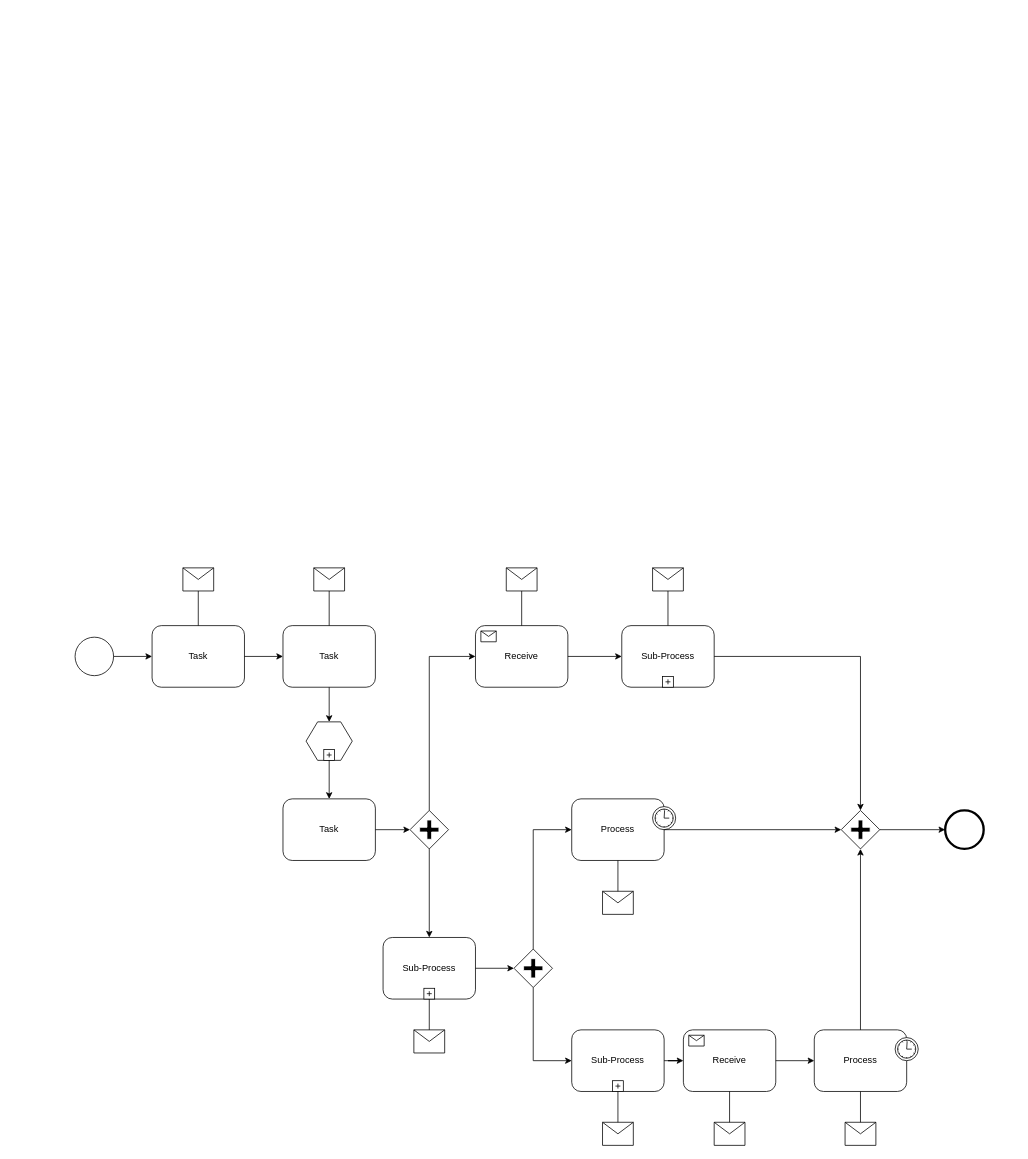
The draw.io diagram ePA.drawio in Fa8io/Sequenzdiagramm, before the edit. Source tidied: cells renumbered, new cells numbered last; positions are measured from the earlier drawing's top-left corner, leaving out a move shared by most shapes. Both pictures are drawn from the tidied source at 77%, with x=0, y=0 at pixel (75, 567).
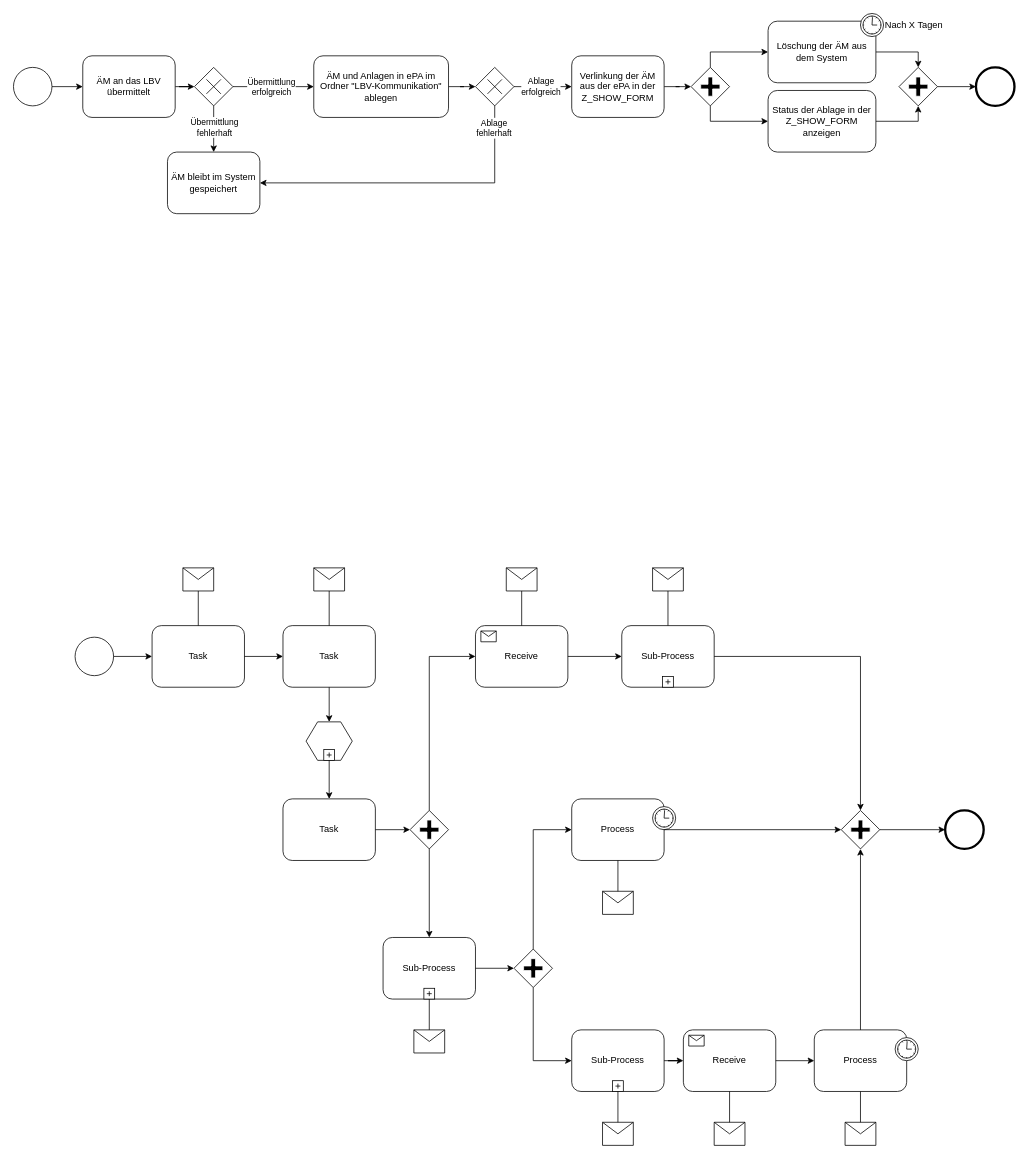
After the change.

What changed in the source:
```diff
@@
+    <mxCell id="61" style="edgeStyle=orthogonalEdgeStyle;rounded=0;jettySize=auto;html=1;" parent="1" edge="1" source="62" target="64">
+      <mxGeometry relative="1" as="geometry" />
+    </mxCell>
+    <mxCell id="62" style="shape=mxgraph.bpmn.shape;html=1;verticalLabelPosition=bottom;labelBackgroundColor=#ffffff;verticalAlign=top;perimeter=ellipsePerimeter;outline=standard;symbol=general;" parent="1" vertex="1">
+      <mxGeometry x="-80" y="-650" width="50" height="50" as="geometry" />
+    </mxCell>
+    <mxCell id="63" style="edgeStyle=orthogonalEdgeStyle;rounded=0;jettySize=auto;html=1;" parent="1" edge="1" source="64" target="75">
+      <mxGeometry relative="1" as="geometry" />
+    </mxCell>
+    <mxCell id="64" value="ÄM an das LBV übermittelt" style="shape=ext;rounded=1;html=1;whiteSpace=wrap;" parent="1" vertex="1">
+      <mxGeometry x="10" y="-665" width="120" height="80" as="geometry" />
+    </mxCell>
+    <mxCell id="65" style="edgeStyle=orthogonalEdgeStyle;rounded=0;orthogonalLoop=1;jettySize=auto;html=1;" parent="1" edge="1">
+      <mxGeometry relative="1" as="geometry">
+        <mxPoint x="180" y="-600" as="sourcePoint" />
+        <mxPoint x="180" y="-540" as="targetPoint" />
+      </mxGeometry>
+    </mxCell>
+    <mxCell id="66" value="Übermittlung&lt;div&gt;fehlerhaft&lt;/div&gt;" style="edgeLabel;html=1;align=center;verticalAlign=middle;" parent="65" vertex="1">
+      <mxGeometry x="-0.11" relative="1" as="geometry" />
+    </mxCell>
+    <mxCell id="67" style="edgeStyle=orthogonalEdgeStyle;rounded=0;jettySize=auto;html=1;entryX=0;entryY=0.5;entryDx=0;entryDy=0;" parent="1" edge="1" source="68" target="78">
+      <mxGeometry relative="1" as="geometry" />
+    </mxCell>
+    <mxCell id="68" value="ÄM und Anlagen in ePA im Ordner &quot;LBV-Kommunikation&quot; ablegen" style="shape=ext;rounded=1;html=1;whiteSpace=wrap;" parent="1" vertex="1">
+      <mxGeometry x="310" y="-665" width="175" height="80" as="geometry" />
+    </mxCell>
+    <mxCell id="69" style="edgeStyle=orthogonalEdgeStyle;rounded=0;jettySize=auto;html=1;entryX=0;entryY=0.5;entryDx=0;entryDy=0;" parent="1" edge="1" source="70" target="88">
+      <mxGeometry relative="1" as="geometry" />
+    </mxCell>
+    <mxCell id="70" value="Verlinkung der ÄM aus der ePA in der Z_SHOW_FORM" style="shape=ext;rounded=1;html=1;whiteSpace=wrap;" parent="1" vertex="1">
+      <mxGeometry x="645" y="-665" width="120" height="80" as="geometry" />
+    </mxCell>
+    <mxCell id="71" value="ÄM bleibt im System gespeichert" style="shape=ext;rounded=1;html=1;whiteSpace=wrap;" parent="1" vertex="1">
+      <mxGeometry x="120" y="-540" width="120" height="80" as="geometry" />
+    </mxCell>
+    <mxCell id="72" style="edgeStyle=orthogonalEdgeStyle;rounded=0;jettySize=auto;html=1;entryX=0.5;entryY=1;entryDx=0;entryDy=0;" parent="1" edge="1" source="73" target="92">
+      <mxGeometry relative="1" as="geometry" />
+    </mxCell>
+    <mxCell id="73" value="Status der Ablage in der Z_SHOW_FORM anzeigen" style="shape=ext;rounded=1;html=1;whiteSpace=wrap;" parent="1" vertex="1">
+      <mxGeometry x="900" y="-620" width="140" height="80" as="geometry" />
+    </mxCell>
+    <mxCell id="74" style="group;" parent="1" vertex="1">
+      <mxGeometry x="155" y="-650" width="50" height="50" as="geometry" />
+    </mxCell>
+    <mxCell id="75" style="rhombus;whiteSpace=wrap;html=1;" parent="74" vertex="1">
+      <mxGeometry width="50" height="50" as="geometry" />
+    </mxCell>
+    <mxCell id="76" style="shape=mxgraph.sysml.x;" parent="74" vertex="1">
+      <mxGeometry x="15.6" y="15.6" width="18.8" height="18.8" as="geometry" />
+    </mxCell>
+    <mxCell id="77" style="group;" parent="1" vertex="1">
+      <mxGeometry x="520" y="-650" width="50" height="50" as="geometry" />
+    </mxCell>
+    <mxCell id="78" style="rhombus;whiteSpace=wrap;html=1;" parent="77" vertex="1">
+      <mxGeometry width="50" height="50" as="geometry" />
+    </mxCell>
+    <mxCell id="79" style="shape=mxgraph.sysml.x;" parent="77" vertex="1">
+      <mxGeometry x="15.6" y="15.6" width="18.8" height="18.8" as="geometry" />
+    </mxCell>
+    <mxCell id="80" style="edgeStyle=orthogonalEdgeStyle;rounded=0;jettySize=auto;html=1;entryX=0.5;entryY=0;entryDx=0;entryDy=0;" parent="1" edge="1" source="81" target="92">
+      <mxGeometry relative="1" as="geometry" />
+    </mxCell>
+    <mxCell id="81" value="Löschung der ÄM aus dem System" style="shape=ext;rounded=1;html=1;whiteSpace=wrap;" parent="1" vertex="1">
+      <mxGeometry x="900" y="-710" width="140" height="80" as="geometry" />
+    </mxCell>
+    <mxCell id="82" style="edgeStyle=orthogonalEdgeStyle;rounded=0;jettySize=auto;html=1;entryX=0;entryY=0.5;entryDx=0;entryDy=0;" parent="1" edge="1" source="75" target="68">
+      <mxGeometry relative="1" as="geometry" />
+    </mxCell>
+    <mxCell id="83" value="Übermittlung&lt;div&gt;erfolgreich&lt;/div&gt;" style="edgeLabel;html=1;align=center;verticalAlign=middle;" parent="82" vertex="1">
+      <mxGeometry x="-0.07" relative="1" as="geometry" />
+    </mxCell>
+    <mxCell id="84" style="edgeStyle=orthogonalEdgeStyle;rounded=0;jettySize=auto;html=1;entryX=0;entryY=0.5;entryDx=0;entryDy=0;" parent="1" edge="1" source="78" target="70">
+      <mxGeometry relative="1" as="geometry" />
+    </mxCell>
+    <mxCell id="85" value="Ablage&lt;div&gt;erfolgreich&lt;/div&gt;" style="edgeLabel;html=1;align=center;verticalAlign=middle;" parent="84" vertex="1">
+      <mxGeometry x="-0.09" y="1" relative="1" as="geometry" />
+    </mxCell>
+    <mxCell id="86" style="edgeStyle=orthogonalEdgeStyle;rounded=0;jettySize=auto;html=1;entryX=0;entryY=0.5;entryDx=0;entryDy=0;" parent="1" edge="1" source="88" target="81">
+      <mxGeometry relative="1" as="geometry">
+        <Array as="points">
+          <mxPoint x="825" y="-670" />
+        </Array>
+      </mxGeometry>
+    </mxCell>
+    <mxCell id="87" style="edgeStyle=orthogonalEdgeStyle;rounded=0;jettySize=auto;html=1;entryX=0;entryY=0.5;entryDx=0;entryDy=0;" parent="1" edge="1" source="88" target="73">
+      <mxGeometry relative="1" as="geometry">
+        <Array as="points">
+          <mxPoint x="825" y="-580" />
+        </Array>
+      </mxGeometry>
+    </mxCell>
+    <mxCell id="88" style="shape=mxgraph.bpmn.shape;html=1;verticalLabelPosition=bottom;labelBackgroundColor=#ffffff;verticalAlign=top;perimeter=rhombusPerimeter;background=gateway;outline=none;symbol=parallelGw;" parent="1" vertex="1">
+      <mxGeometry x="800" y="-650" width="50" height="50" as="geometry" />
+    </mxCell>
+    <mxCell id="89" value="Nach X Tagen" style="shape=mxgraph.bpmn.timer_start;perimeter=ellipsePerimeter;html=1;labelPosition=right;labelBackgroundColor=#ffffff;align=left;" parent="1" vertex="1">
+      <mxGeometry x="1020" y="-720" width="30" height="30" as="geometry" />
+    </mxCell>
+    <mxCell id="90" style="edgeStyle=orthogonalEdgeStyle;rounded=0;jettySize=auto;html=1;entryX=1;entryY=0.5;entryDx=0;entryDy=0;" parent="1" edge="1" target="71">
+      <mxGeometry relative="1" as="geometry">
+        <mxPoint x="545" y="-600" as="sourcePoint" />
+        <Array as="points">
+          <mxPoint x="545" y="-500" />
+        </Array>
+      </mxGeometry>
+    </mxCell>
+    <mxCell id="91" value="Ablage&lt;div&gt;fehlerhaft&lt;/div&gt;" style="edgeLabel;html=1;align=center;verticalAlign=middle;" parent="90" vertex="1">
+      <mxGeometry x="-0.86" y="-2" relative="1" as="geometry" />
+    </mxCell>
+    <mxCell id="92" style="shape=mxgraph.bpmn.shape;html=1;verticalLabelPosition=bottom;labelBackgroundColor=#ffffff;verticalAlign=top;perimeter=rhombusPerimeter;background=gateway;outline=none;symbol=parallelGw;" parent="1" vertex="1">
+      <mxGeometry x="1070" y="-650" width="50" height="50" as="geometry" />
+    </mxCell>
+    <mxCell id="93" style="shape=mxgraph.bpmn.shape;html=1;verticalLabelPosition=bottom;labelBackgroundColor=#ffffff;verticalAlign=top;perimeter=ellipsePerimeter;outline=end;symbol=general;" parent="1" vertex="1">
+      <mxGeometry x="1170" y="-650" width="50" height="50" as="geometry" />
+    </mxCell>
+    <mxCell id="94" style="edgeStyle=orthogonalEdgeStyle;rounded=0;html=1;jettySize=auto;" parent="1" edge="1" source="92" target="93">
+      <mxGeometry relative="1" as="geometry" />
+    </mxCell>
```
